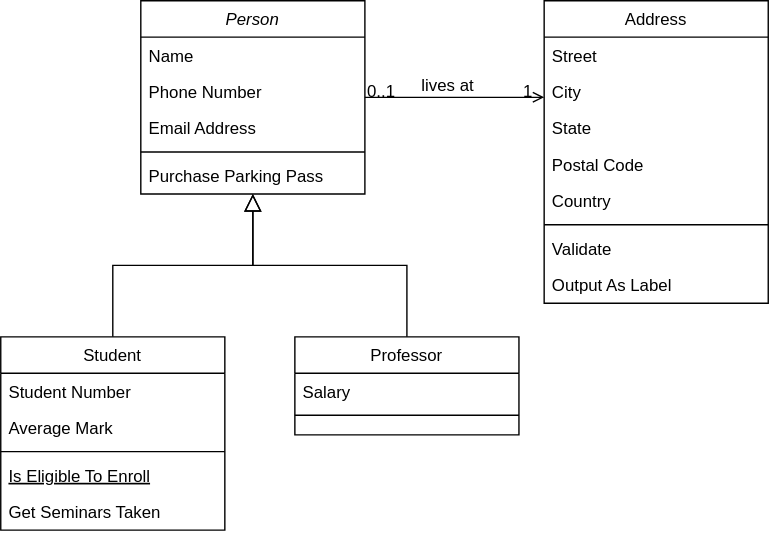
elrie/test2 keeps this draw.io diagram as test2.drawio.svg. Above is the earlier version. Source tidied: cells renumbered, new cells last; positions are measured from the earlier drawing's top-left corner, leaving out a move shared by most shapes. Its diagram source:
```xml
<mxGraphModel>
  <root>
    <mxCell id="0" />
    <mxCell id="1" parent="0" />
    <mxCell id="2" value="Person" style="swimlane;fontStyle=2;align=center;verticalAlign=top;horizontal=1;startSize=26;rounded=0;shadow=0;strokeWidth=1;" parent="1" vertex="1">
      <mxGeometry x="100" width="160" height="138" as="geometry" />
    </mxCell>
    <mxCell id="3" value="Name" style="text;align=left;verticalAlign=top;spacingLeft=4;spacingRight=4;overflow=hidden;" parent="2" vertex="1">
      <mxGeometry y="26" width="160" height="26" as="geometry" />
    </mxCell>
    <mxCell id="4" value="Phone Number" style="text;align=left;verticalAlign=top;spacingLeft=4;spacingRight=4;overflow=hidden;rounded=0;shadow=0;html=0;" parent="2" vertex="1">
      <mxGeometry y="52" width="160" height="26" as="geometry" />
    </mxCell>
    <mxCell id="5" value="Email Address" style="text;align=left;verticalAlign=top;spacingLeft=4;spacingRight=4;overflow=hidden;rounded=0;shadow=0;html=0;" parent="2" vertex="1">
      <mxGeometry y="78" width="160" height="26" as="geometry" />
    </mxCell>
    <mxCell id="6" style="line;html=1;strokeWidth=1;align=left;verticalAlign=middle;spacingTop=-1;spacingLeft=3;spacingRight=3;labelPosition=right;" parent="2" vertex="1">
      <mxGeometry y="104" width="160" height="8" as="geometry" />
    </mxCell>
    <mxCell id="7" value="Purchase Parking Pass" style="text;align=left;verticalAlign=top;spacingLeft=4;spacingRight=4;overflow=hidden;" parent="2" vertex="1">
      <mxGeometry y="112" width="160" height="26" as="geometry" />
    </mxCell>
    <mxCell id="8" value="Student" style="swimlane;fontStyle=0;align=center;verticalAlign=top;horizontal=1;startSize=26;rounded=0;shadow=0;strokeWidth=1;" parent="1" vertex="1">
      <mxGeometry y="240" width="160" height="138" as="geometry" />
    </mxCell>
    <mxCell id="9" value="Student Number" style="text;align=left;verticalAlign=top;spacingLeft=4;spacingRight=4;overflow=hidden;" parent="8" vertex="1">
      <mxGeometry y="26" width="160" height="26" as="geometry" />
    </mxCell>
    <mxCell id="10" value="Average Mark" style="text;align=left;verticalAlign=top;spacingLeft=4;spacingRight=4;overflow=hidden;rounded=0;shadow=0;html=0;" parent="8" vertex="1">
      <mxGeometry y="52" width="160" height="26" as="geometry" />
    </mxCell>
    <mxCell id="11" style="line;html=1;strokeWidth=1;align=left;verticalAlign=middle;spacingTop=-1;spacingLeft=3;spacingRight=3;labelPosition=right;" parent="8" vertex="1">
      <mxGeometry y="78" width="160" height="8" as="geometry" />
    </mxCell>
    <mxCell id="12" value="Is Eligible To Enroll" style="text;align=left;verticalAlign=top;spacingLeft=4;spacingRight=4;overflow=hidden;fontStyle=4;" parent="8" vertex="1">
      <mxGeometry y="86" width="160" height="26" as="geometry" />
    </mxCell>
    <mxCell id="13" value="Get Seminars Taken" style="text;align=left;verticalAlign=top;spacingLeft=4;spacingRight=4;overflow=hidden;" parent="8" vertex="1">
      <mxGeometry y="112" width="160" height="26" as="geometry" />
    </mxCell>
    <mxCell id="14" style="endArrow=block;endSize=10;endFill=0;shadow=0;strokeWidth=1;rounded=0;curved=0;edgeStyle=elbowEdgeStyle;elbow=vertical;" parent="1" edge="1" source="8" target="2">
      <mxGeometry relative="1" as="geometry" />
    </mxCell>
    <mxCell id="15" value="Professor" style="swimlane;fontStyle=0;align=center;verticalAlign=top;horizontal=1;startSize=26;rounded=0;shadow=0;strokeWidth=1;" parent="1" vertex="1">
      <mxGeometry x="210" y="240" width="160" height="70" as="geometry" />
    </mxCell>
    <mxCell id="16" value="Salary" style="text;align=left;verticalAlign=top;spacingLeft=4;spacingRight=4;overflow=hidden;" parent="15" vertex="1">
      <mxGeometry y="26" width="160" height="26" as="geometry" />
    </mxCell>
    <mxCell id="17" style="line;html=1;strokeWidth=1;align=left;verticalAlign=middle;spacingTop=-1;spacingLeft=3;spacingRight=3;labelPosition=right;" parent="15" vertex="1">
      <mxGeometry y="52" width="160" height="8" as="geometry" />
    </mxCell>
    <mxCell id="18" style="endArrow=block;endSize=10;endFill=0;shadow=0;strokeWidth=1;rounded=0;curved=0;edgeStyle=elbowEdgeStyle;elbow=vertical;" parent="1" edge="1" source="15" target="2">
      <mxGeometry relative="1" as="geometry" />
    </mxCell>
    <mxCell id="19" value="Address" style="swimlane;fontStyle=0;align=center;verticalAlign=top;horizontal=1;startSize=26;rounded=0;shadow=0;strokeWidth=1;" parent="1" vertex="1">
      <mxGeometry x="388" width="160" height="216" as="geometry" />
    </mxCell>
    <mxCell id="20" value="Street" style="text;align=left;verticalAlign=top;spacingLeft=4;spacingRight=4;overflow=hidden;" parent="19" vertex="1">
      <mxGeometry y="26" width="160" height="26" as="geometry" />
    </mxCell>
    <mxCell id="21" value="City" style="text;align=left;verticalAlign=top;spacingLeft=4;spacingRight=4;overflow=hidden;rounded=0;shadow=0;html=0;" parent="19" vertex="1">
      <mxGeometry y="52" width="160" height="26" as="geometry" />
    </mxCell>
    <mxCell id="22" value="State" style="text;align=left;verticalAlign=top;spacingLeft=4;spacingRight=4;overflow=hidden;rounded=0;shadow=0;html=0;" parent="19" vertex="1">
      <mxGeometry y="78" width="160" height="26" as="geometry" />
    </mxCell>
    <mxCell id="23" value="Postal Code" style="text;align=left;verticalAlign=top;spacingLeft=4;spacingRight=4;overflow=hidden;rounded=0;shadow=0;html=0;" parent="19" vertex="1">
      <mxGeometry y="104" width="160" height="26" as="geometry" />
    </mxCell>
    <mxCell id="24" value="Country" style="text;align=left;verticalAlign=top;spacingLeft=4;spacingRight=4;overflow=hidden;rounded=0;shadow=0;html=0;" parent="19" vertex="1">
      <mxGeometry y="130" width="160" height="26" as="geometry" />
    </mxCell>
    <mxCell id="25" style="line;html=1;strokeWidth=1;align=left;verticalAlign=middle;spacingTop=-1;spacingLeft=3;spacingRight=3;labelPosition=right;" parent="19" vertex="1">
      <mxGeometry y="156" width="160" height="8" as="geometry" />
    </mxCell>
    <mxCell id="26" value="Validate" style="text;align=left;verticalAlign=top;spacingLeft=4;spacingRight=4;overflow=hidden;" parent="19" vertex="1">
      <mxGeometry y="164" width="160" height="26" as="geometry" />
    </mxCell>
    <mxCell id="27" value="Output As Label" style="text;align=left;verticalAlign=top;spacingLeft=4;spacingRight=4;overflow=hidden;" parent="19" vertex="1">
      <mxGeometry y="190" width="160" height="26" as="geometry" />
    </mxCell>
    <mxCell id="28" style="endArrow=open;shadow=0;strokeWidth=1;rounded=0;curved=0;endFill=1;edgeStyle=elbowEdgeStyle;elbow=vertical;" parent="1" edge="1" source="2" target="19">
      <mxGeometry x="0.5" y="41" relative="1" as="geometry">
        <mxPoint x="-40" y="32" as="offset" />
      </mxGeometry>
    </mxCell>
    <mxCell id="29" value="0..1" style="align=left;verticalAlign=bottom;labelBackgroundColor=none;fontSize=12;" parent="28" vertex="1">
      <mxGeometry x="-1" relative="1" as="geometry">
        <mxPoint y="4" as="offset" />
      </mxGeometry>
    </mxCell>
    <mxCell id="30" value="1" style="align=right;verticalAlign=bottom;labelBackgroundColor=none;fontSize=12;" parent="28" vertex="1">
      <mxGeometry x="1" relative="1" as="geometry">
        <mxPoint x="-7" y="4" as="offset" />
      </mxGeometry>
    </mxCell>
    <mxCell id="31" value="lives at" style="text;html=1;align=center;verticalAlign=middle;labelBackgroundColor=none;rounded=0;shadow=0;strokeWidth=1;fontSize=12;" parent="28" vertex="1">
      <mxGeometry x="0.5" y="49" relative="1" as="geometry">
        <mxPoint x="-38" y="40" as="offset" />
      </mxGeometry>
    </mxCell>
  </root>
</mxGraphModel>
```
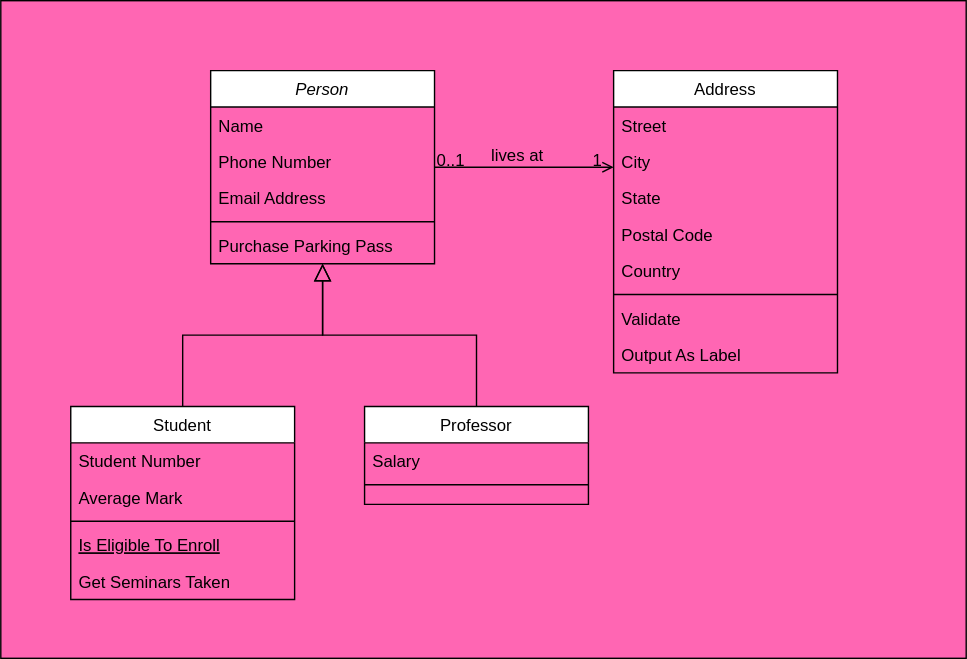
Later version of the same file.

Diff of the diagram source:
```diff
@@ -2,6 +2,9 @@
   <root>
     <mxCell id="0" />
     <mxCell id="1" parent="0" />
+    <mxCell id="32" style="rounded=0;whiteSpace=wrap;html=1;fillColor=#FF66B3;" parent="1" vertex="1">
+      <mxGeometry x="-50" y="-50" width="690" height="470" as="geometry" />
+    </mxCell>
     <mxCell id="2" value="Person" style="swimlane;fontStyle=2;align=center;verticalAlign=top;horizontal=1;startSize=26;rounded=0;shadow=0;strokeWidth=1;" parent="1" vertex="1">
       <mxGeometry x="100" width="160" height="138" as="geometry" />
     </mxCell>
```
